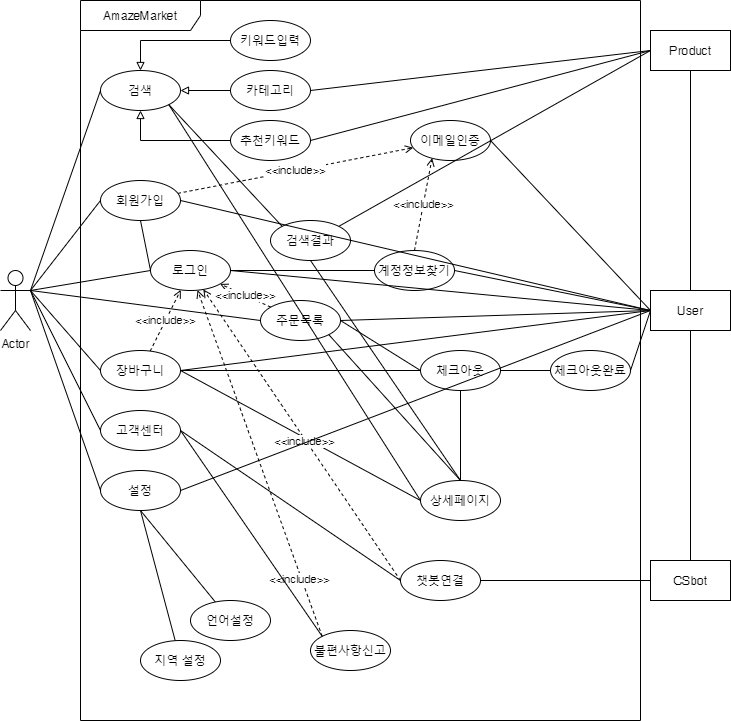
Above: diagrams/usecase.png in paul-e-jang/spring-react (draw.io), before the change. Source tidied: cells renumbered, new cells last; positions are measured from the earlier drawing's top-left corner, leaving out a move shared by most shapes.
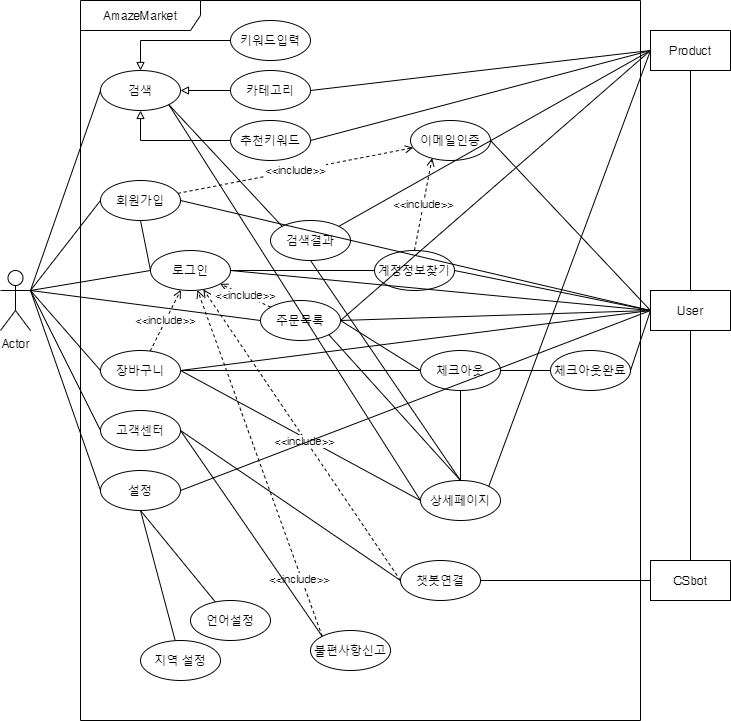
After the commit.

Change to the diagram source:
```diff
@@ -231,5 +231,11 @@
     <mxCell id="72" style="rounded=0;sketch=0;jumpStyle=none;jettySize=auto;elbow=vertical;html=1;endArrow=none;endFill=0;strokeColor=#000000;entryX=1;entryY=0.5;entryDx=0;entryDy=0;exitX=0;exitY=0.5;exitDx=0;exitDy=0;" parent="1" edge="1" source="21" target="38">
       <mxGeometry relative="1" as="geometry" />
     </mxCell>
+    <mxCell id="73" style="rounded=0;sketch=0;jumpStyle=none;jettySize=auto;elbow=vertical;html=1;endArrow=none;endFill=0;strokeColor=#000000;entryX=1;entryY=0;entryDx=0;entryDy=0;exitX=0;exitY=0.5;exitDx=0;exitDy=0;" parent="1" edge="1" source="55" target="25">
+      <mxGeometry relative="1" as="geometry" />
+    </mxCell>
+    <mxCell id="74" style="rounded=0;sketch=0;jumpStyle=none;jettySize=auto;elbow=vertical;html=1;endArrow=none;endFill=0;strokeColor=#000000;entryX=1;entryY=0.5;entryDx=0;entryDy=0;exitX=0;exitY=0.5;exitDx=0;exitDy=0;" parent="1" edge="1" source="55" target="38">
+      <mxGeometry relative="1" as="geometry" />
+    </mxCell>
   </root>
 </mxGraphModel>
```
